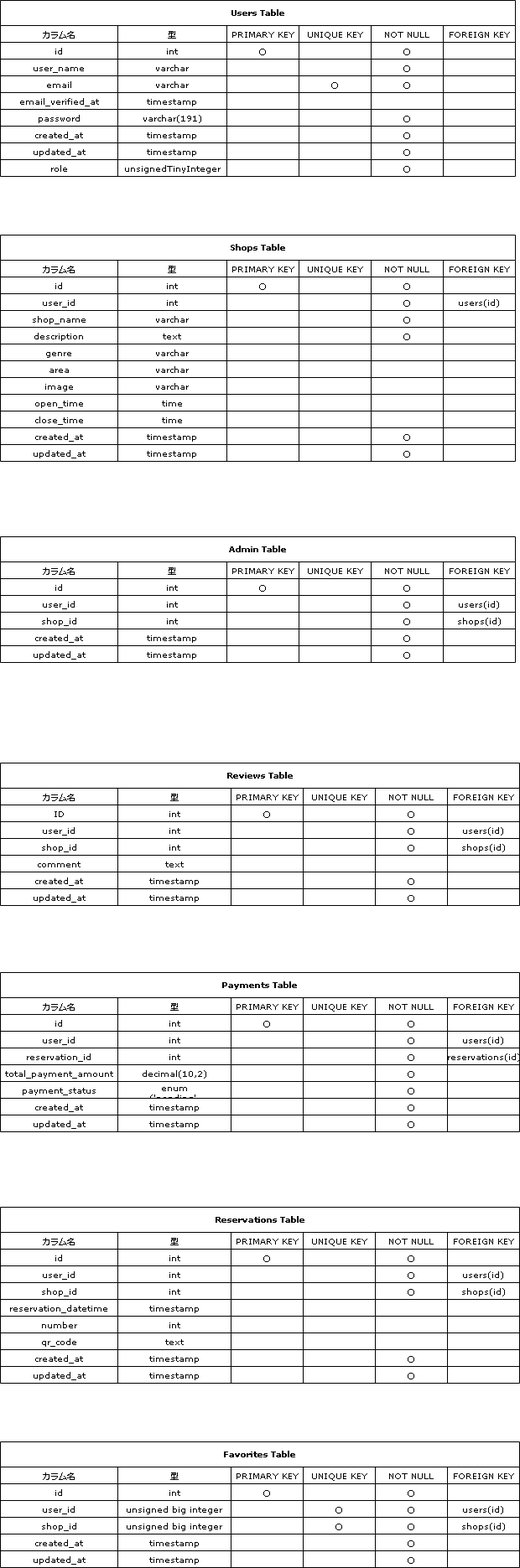
ponponmama/20240713-erika_hara-rese keeps this draw.io diagram as src/rese_table.drawio.png. Above is the earlier version. Source tidied: cells renumbered, new cells last; positions are measured from the earlier drawing's top-left corner, leaving out a move shared by most shapes.
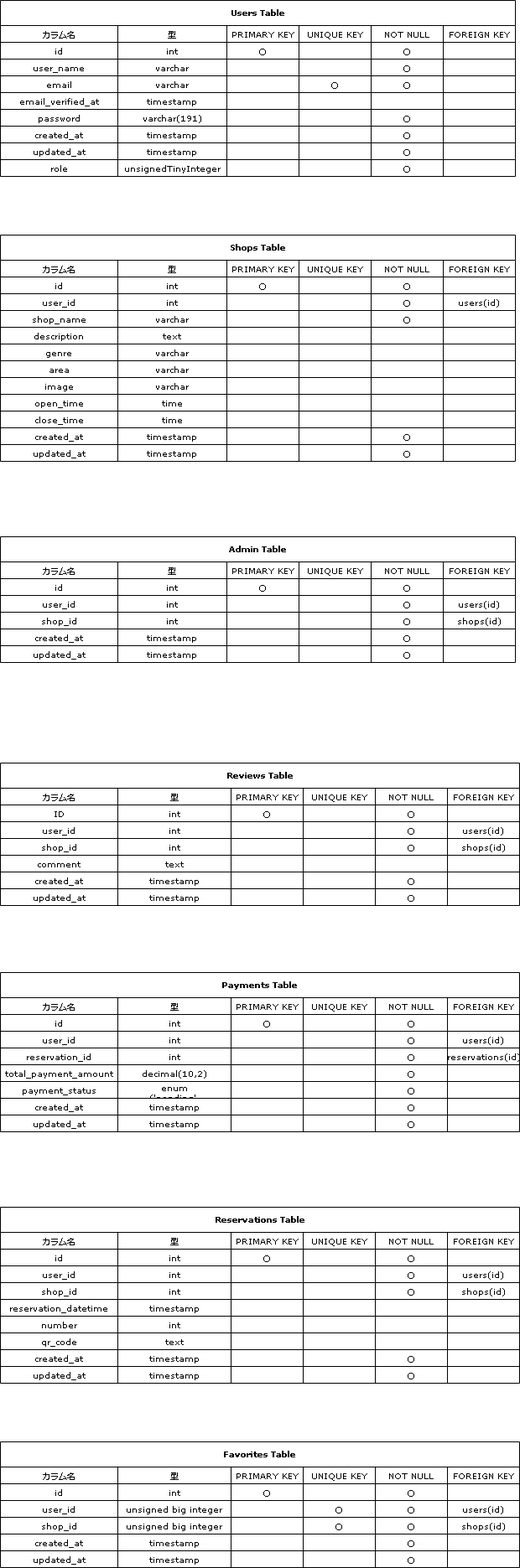
After the change.

The edit, as a diff of the source:
```diff
@@ -296,7 +296,7 @@
     <mxCell id="99" style="shape=partialRectangle;html=1;whiteSpace=wrap;fillColor=none;top=0;left=0;bottom=0;right=0;overflow=hidden;labelBackgroundColor=none;strokeColor=#000000;swimlaneFillColor=none;perimeterSpacing=1;fontColor=#000000;fontSize=10;fontFamily=Verdana;spacingTop=1;spacing=0;spacingLeft=1;spacingBottom=1;spacingRight=1;" parent="95" vertex="1">
       <mxGeometry x="356" width="86" height="20" as="geometry" />
     </mxCell>
-    <mxCell id="100" value="〇" style="shape=partialRectangle;html=1;whiteSpace=wrap;fillColor=none;top=0;left=0;bottom=0;right=0;overflow=hidden;labelBackgroundColor=none;strokeColor=#000000;swimlaneFillColor=none;perimeterSpacing=1;fontColor=#000000;fontSize=10;fontFamily=Verdana;spacingTop=1;spacing=0;spacingLeft=1;spacingBottom=1;spacingRight=1;" parent="95" vertex="1">
+    <mxCell id="100" style="shape=partialRectangle;html=1;whiteSpace=wrap;fillColor=none;top=0;left=0;bottom=0;right=0;overflow=hidden;labelBackgroundColor=none;strokeColor=#000000;swimlaneFillColor=none;perimeterSpacing=1;fontColor=#000000;fontSize=10;fontFamily=Verdana;spacingTop=1;spacing=0;spacingLeft=1;spacingBottom=1;spacingRight=1;" parent="95" vertex="1">
       <mxGeometry x="442" width="86" height="20" as="geometry" />
     </mxCell>
     <mxCell id="101" style="shape=partialRectangle;html=1;whiteSpace=wrap;fillColor=none;top=0;left=0;bottom=0;right=0;overflow=hidden;labelBackgroundColor=none;strokeColor=#000000;swimlaneFillColor=none;perimeterSpacing=1;fontColor=#000000;fontSize=10;fontFamily=Verdana;spacingTop=1;spacing=0;spacingLeft=1;spacingBottom=1;spacingRight=1;" parent="95" vertex="1">
```
